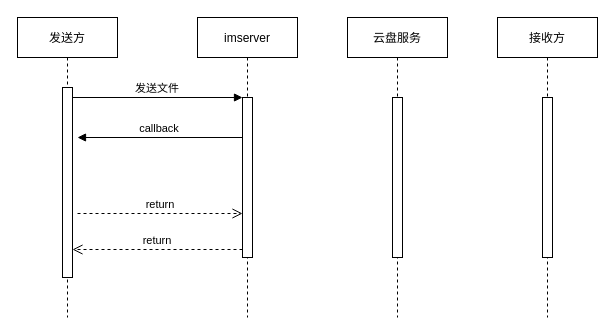
Above: 文件发送时序图.drawio in lizhanxu/document (draw.io), before the change. Source tidied: cells renumbered, new cells numbered last; positions are measured from the earlier drawing's top-left corner, leaving out a move shared by most shapes. Both pictures are drawn from the tidied source at 100%, with x=0, y=0 at pixel (17, 17).
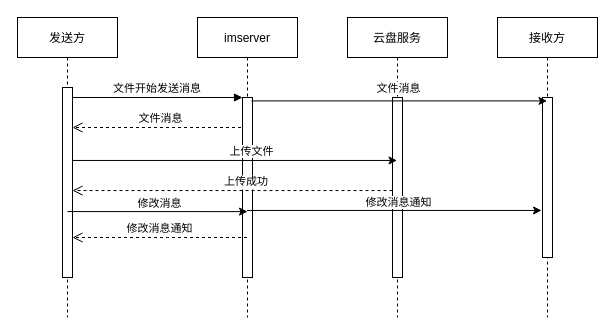
Above is the later version.

Commit message:
更新文件发送时序图.drawio

Unchanged cells that the change refers to:
```xml
<mxCell id="2" value="发送方" style="shape=umlLifeline;perimeter=lifelinePerimeter;rounded=0;shadow=0;strokeWidth=1;" parent="1" vertex="1">
  <mxGeometry width="100" height="300" as="geometry" />
</mxCell>
<mxCell id="3" style="points=[];perimeter=orthogonalPerimeter;rounded=0;shadow=0;strokeWidth=1;strokeColor=default;" parent="2" vertex="1">
  <mxGeometry x="45" y="70" width="10" height="190" as="geometry" />
</mxCell>
<mxCell id="4" value="imserver" style="shape=umlLifeline;perimeter=lifelinePerimeter;rounded=0;shadow=0;strokeWidth=1;" parent="1" vertex="1">
  <mxGeometry x="180" width="100" height="300" as="geometry" />
</mxCell>
<mxCell id="10" value="接收方" style="shape=umlLifeline;perimeter=lifelinePerimeter;rounded=0;shadow=0;strokeWidth=1;" parent="1" vertex="1">
  <mxGeometry x="480" width="100" height="300" as="geometry" />
</mxCell>
<mxCell id="11" style="points=[];perimeter=orthogonalPerimeter;rounded=0;shadow=0;strokeWidth=1;" parent="10" vertex="1">
  <mxGeometry x="45" y="80" width="10" height="160" as="geometry" />
</mxCell>
<mxCell id="12" value="云盘服务" style="shape=umlLifeline;perimeter=lifelinePerimeter;rounded=0;shadow=0;strokeWidth=1;" parent="1" vertex="1">
  <mxGeometry x="330" width="100" height="300" as="geometry" />
</mxCell>
```

What changed in the source:
```diff
@@
+    <mxCell id="14" value="文件消息" style="html=1;verticalAlign=bottom;endArrow=open;dashed=1;endSize=8;rounded=0;" parent="2" edge="1" source="4">
+      <mxGeometry relative="1" as="geometry">
+        <mxPoint x="55" y="110" as="targetPoint" />
+      </mxGeometry>
+    </mxCell>
@@
     <mxCell id="5" style="points=[];perimeter=orthogonalPerimeter;rounded=0;shadow=0;strokeWidth=1;" parent="4" vertex="1">
-      <mxGeometry x="45" y="80" width="10" height="160" as="geometry" />
+      <mxGeometry x="45" y="80" width="10" height="180" as="geometry" />
     </mxCell>
-    <mxCell id="6" value="return" style="verticalAlign=bottom;endArrow=open;dashed=1;endSize=8;exitX=0;exitY=0.95;shadow=0;strokeWidth=1;" parent="1" edge="1" source="5" target="3">
-      <mxGeometry relative="1" as="geometry" />
+    <mxCell id="6" value="修改消息通知" style="verticalAlign=bottom;endArrow=open;dashed=1;endSize=8;shadow=0;strokeWidth=1;" parent="1" edge="1" source="4" target="3">
+      <mxGeometry relative="1" as="geometry">
+        <Array as="points">
+          <mxPoint x="140" y="220" />
+        </Array>
+      </mxGeometry>
     </mxCell>
-    <mxCell id="7" value="发送文件" style="verticalAlign=bottom;endArrow=block;entryX=0;entryY=0;shadow=0;strokeWidth=1;" parent="1" edge="1" source="3" target="5">
+    <mxCell id="7" value="文件开始发送消息" style="verticalAlign=bottom;endArrow=block;entryX=0;entryY=0;shadow=0;strokeWidth=1;" parent="1" edge="1" source="3" target="5">
       <mxGeometry relative="1" as="geometry" />
     </mxCell>
-    <mxCell id="8" value="callback" style="verticalAlign=bottom;endArrow=block;entryX=1;entryY=0;shadow=0;strokeWidth=1;" parent="1" edge="1" source="5">
-      <mxGeometry relative="1" as="geometry">
-        <mxPoint x="60" y="120" as="targetPoint" />
-      </mxGeometry>
-    </mxCell>
-    <mxCell id="9" value="return" style="verticalAlign=bottom;endArrow=open;dashed=1;endSize=8;exitX=1;exitY=0.95;shadow=0;strokeWidth=1;" parent="1" edge="1" target="5">
-      <mxGeometry relative="1" as="geometry">
-        <mxPoint x="60" y="196" as="sourcePoint" />
-      </mxGeometry>
-    </mxCell>
@@
     <mxCell id="13" style="points=[];perimeter=orthogonalPerimeter;rounded=0;shadow=0;strokeWidth=1;" parent="12" vertex="1">
-      <mxGeometry x="45" y="80" width="10" height="160" as="geometry" />
+      <mxGeometry x="45" y="80" width="10" height="180" as="geometry" />
     </mxCell>
+    <mxCell id="15" style="endArrow=classic;html=1;rounded=0;exitX=0.9;exitY=0.019;exitDx=0;exitDy=0;exitPerimeter=0;" parent="1" edge="1" source="5" target="10">
+      <mxGeometry relative="1" as="geometry" />
+    </mxCell>
+    <mxCell id="16" value="文件消息" style="edgeLabel;html=1;align=center;verticalAlign=middle;spacingTop=0;spacingBottom=0;" parent="15" vertex="1">
+      <mxGeometry x="-0.52" relative="1" as="geometry">
+        <mxPoint x="75" y="-13" as="offset" />
+      </mxGeometry>
+    </mxCell>
+    <mxCell id="17" style="endArrow=classic;html=1;rounded=0;exitX=1;exitY=0.384;exitDx=0;exitDy=0;exitPerimeter=0;" parent="1" edge="1" source="3" target="12">
+      <mxGeometry relative="1" as="geometry" />
+    </mxCell>
+    <mxCell id="18" value="上传文件" style="edgeLabel;html=1;align=center;verticalAlign=middle;" parent="17" vertex="1">
+      <mxGeometry x="-0.07" y="1" relative="1" as="geometry">
+        <mxPoint x="27" y="-8" as="offset" />
+      </mxGeometry>
+    </mxCell>
+    <mxCell id="19" value="上传成功" style="verticalAlign=bottom;endArrow=open;dashed=1;endSize=8;exitX=0;exitY=0.517;shadow=0;strokeWidth=1;exitDx=0;exitDy=0;exitPerimeter=0;" parent="1" edge="1" source="13" target="3">
+      <mxGeometry x="-0.09" relative="1" as="geometry" />
+    </mxCell>
+    <mxCell id="20" style="endArrow=classic;html=1;rounded=0;entryX=0.5;entryY=0.634;entryDx=0;entryDy=0;entryPerimeter=0;exitX=0.5;exitY=0.653;exitDx=0;exitDy=0;exitPerimeter=0;" parent="1" edge="1" source="3" target="5">
+      <mxGeometry relative="1" as="geometry" />
+    </mxCell>
+    <mxCell id="21" value="修改消息" style="edgeLabel;html=1;align=center;verticalAlign=middle;spacingBottom=0;spacingTop=10;" parent="20" vertex="1">
+      <mxGeometry x="0.11" y="-1" relative="1" as="geometry">
+        <mxPoint x="-8" y="-15" as="offset" />
+      </mxGeometry>
+    </mxCell>
+    <mxCell id="22" style="endArrow=classic;html=1;rounded=0;entryX=-0.1;entryY=0.706;entryDx=0;entryDy=0;entryPerimeter=0;" parent="1" edge="1" source="4" target="11">
+      <mxGeometry relative="1" as="geometry" />
+    </mxCell>
+    <mxCell id="23" value="修改消息通知" style="edgeLabel;html=1;align=center;verticalAlign=middle;spacingTop=10;" parent="22" vertex="1">
+      <mxGeometry x="-0.11" y="-2" relative="1" as="geometry">
+        <mxPoint x="20" y="-15" as="offset" />
+      </mxGeometry>
+    </mxCell>
```
